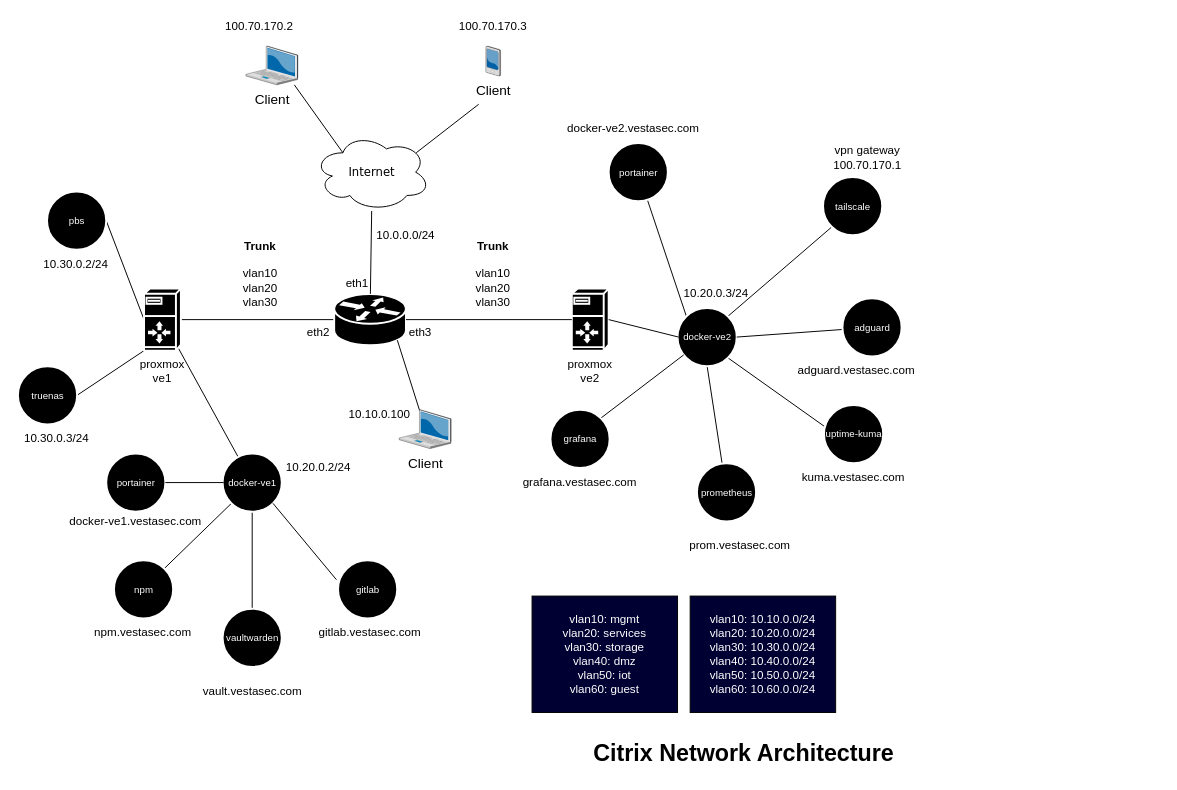
This is vesta-lab/assets/diagrams/vesta-lab-overview.drawio from iFezGez/labs, a draw.io file, before an edit. Source tidied: cells renumbered, new cells numbered last; positions are measured from the earlier drawing's top-left corner, leaving out a move shared by most shapes. Both pictures are drawn from the tidied source at 97%, with x=0, y=0 at pixel (17, 16).
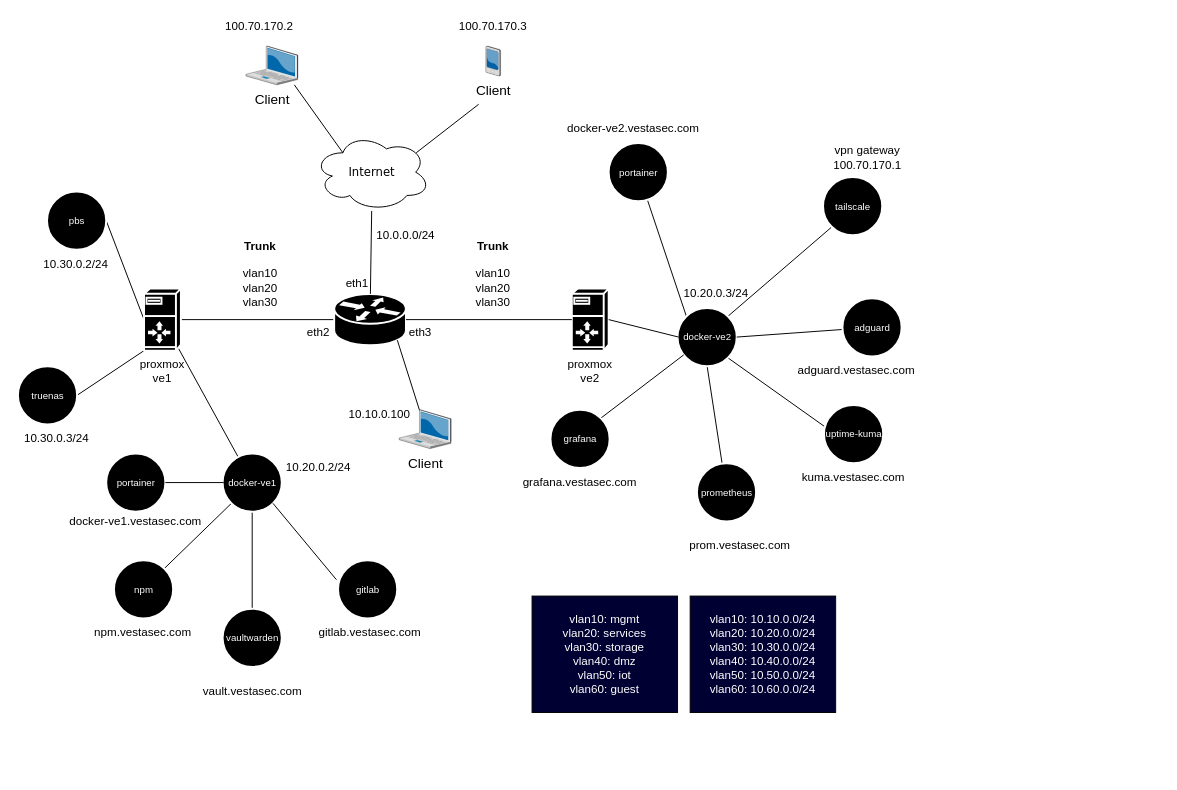
The same page after the edit.

Diff of the diagram source:
```diff
@@
-    <mxCell id="76" value="Citrix Network Architecture" style="text;strokeColor=none;fillColor=none;html=1;fontSize=24;fontStyle=1;verticalAlign=middle;align=center;" parent="1" vertex="1">
-      <mxGeometry x="317" y="740" width="861" height="40" as="geometry" />
-    </mxCell>
```
